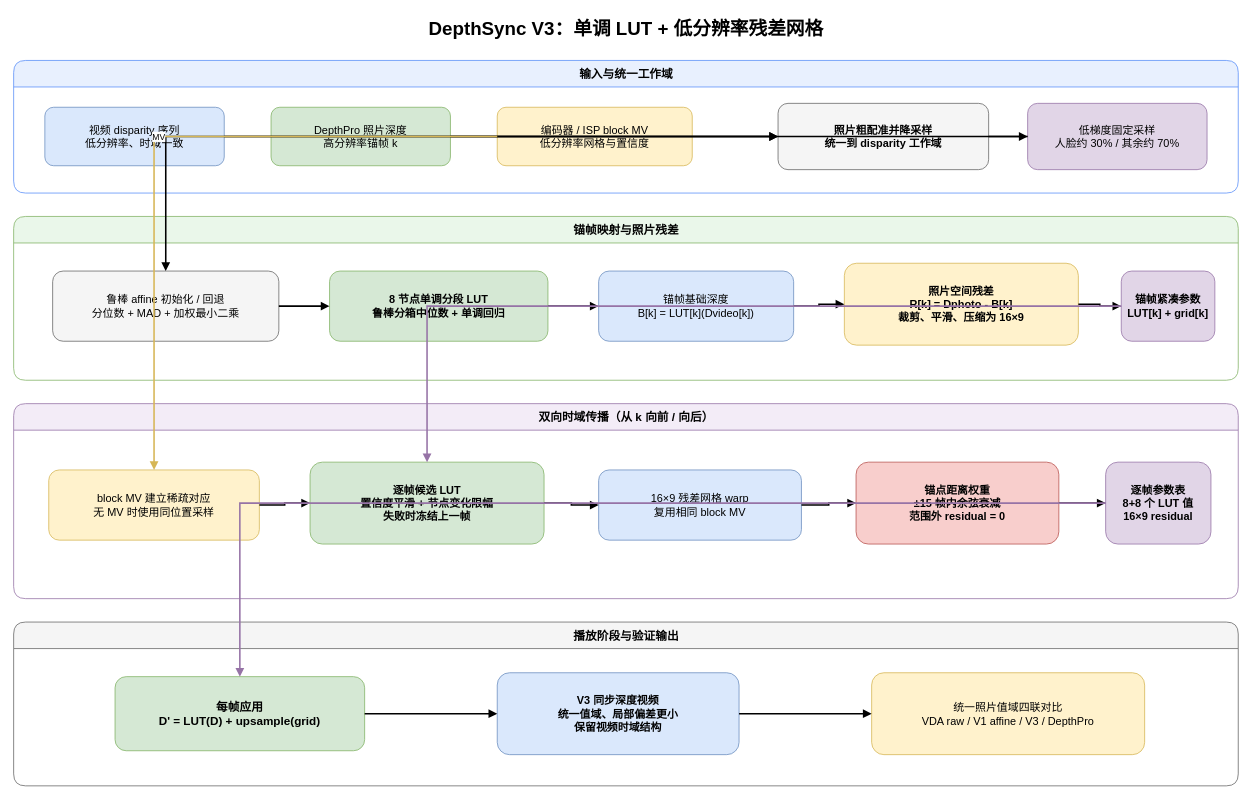
Above: docs/depthsync-flow.drawio in luckystone60/DepthSync (draw.io), before the change. Source tidied: cells renumbered, new cells numbered last; positions are measured from the earlier drawing's top-left corner, leaving out a move shared by most shapes. Both pictures are drawn from the tidied source at 78%, with x=0, y=0 at pixel (13, 13).
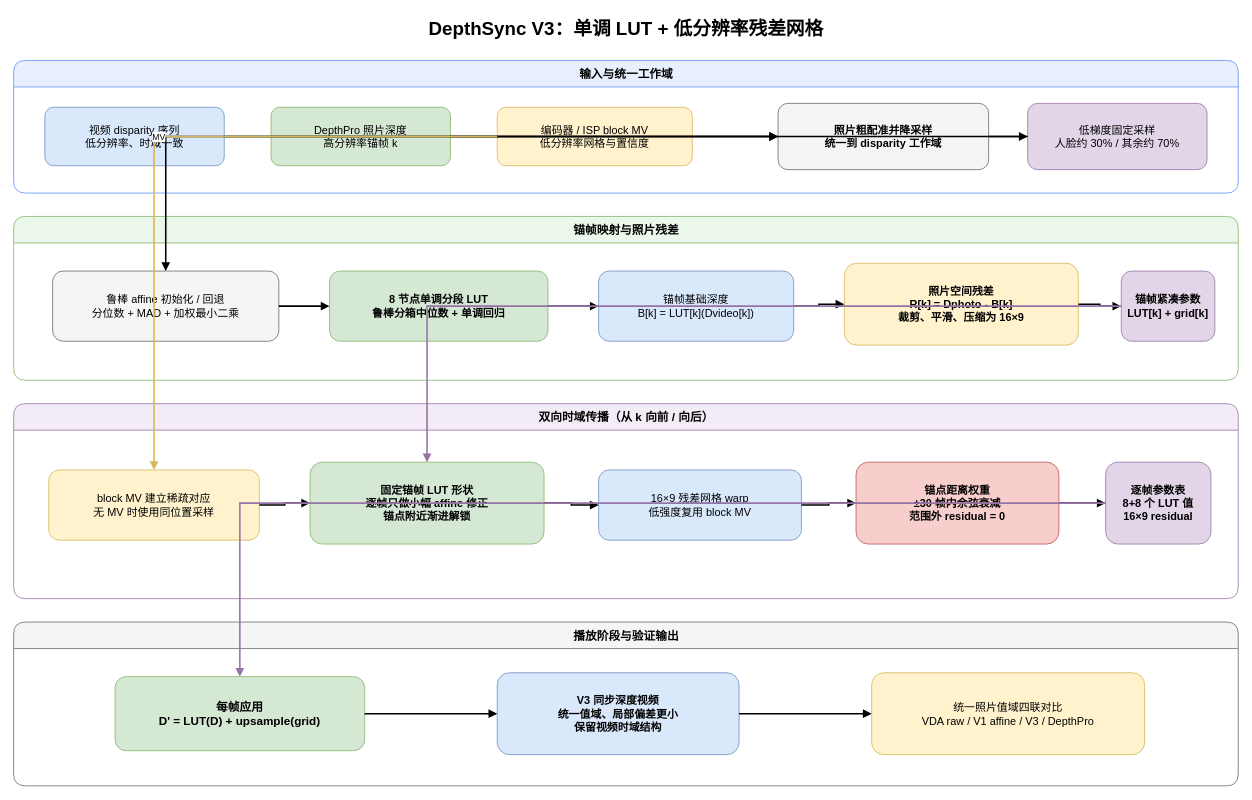
The same page after the edit.

Commit message (it also covers changes not shown here):
fix: stabilize LUT and residual propagation

The change refers to these unchanged cells:
```xml
<mxCell id="15" value="双向时域传播（从 k 向前 / 向后）" style="swimlane;html=1;startSize=34;rounded=1;fillColor=#F3ECF7;strokeColor=#9673A6;fontStyle=1;fontSize=15;" parent="1" vertex="1">
  <mxGeometry y="500" width="1570" height="250" as="geometry" />
</mxCell>
```

The edit, as a diff of the source:
```diff
@@
-    <mxCell id="17" value="逐帧候选 LUT&#10;置信度平滑 + 节点变化限幅&#10;失败时冻结上一帧" style="rounded=1;whiteSpace=wrap;html=1;fillColor=#D5E8D4;strokeColor=#82B366;fontSize=14;fontStyle=1;" parent="15" vertex="1">
+    <mxCell id="17" value="固定锚帧 LUT 形状&#10;逐帧只做小幅 affine 修正&#10;锚点附近渐进解锁" style="rounded=1;whiteSpace=wrap;html=1;fillColor=#D5E8D4;strokeColor=#82B366;fontSize=14;fontStyle=1;" parent="15" vertex="1">
       <mxGeometry x="380" y="75" width="300" height="105" as="geometry" />
     </mxCell>
-    <mxCell id="18" value="16×9 残差网格 warp&#10;复用相同 block MV" style="rounded=1;whiteSpace=wrap;html=1;fillColor=#DAE8FC;strokeColor=#6C8EBF;fontSize=14;" parent="15" vertex="1">
+    <mxCell id="18" value="16×9 残差网格 warp&#10;低强度复用 block MV" style="rounded=1;whiteSpace=wrap;html=1;fillColor=#DAE8FC;strokeColor=#6C8EBF;fontSize=14;" parent="15" vertex="1">
       <mxGeometry x="750" y="85" width="260" height="90" as="geometry" />
     </mxCell>
-    <mxCell id="19" value="锚点距离权重&#10;±15 帧内余弦衰减&#10;范围外 residual = 0" style="rounded=1;whiteSpace=wrap;html=1;fillColor=#F8CECC;strokeColor=#B85450;fontSize=14;fontStyle=1;" parent="15" vertex="1">
+    <mxCell id="19" value="锚点距离权重&#10;±30 帧内余弦衰减&#10;范围外 residual = 0" style="rounded=1;whiteSpace=wrap;html=1;fillColor=#F8CECC;strokeColor=#B85450;fontSize=14;fontStyle=1;" parent="15" vertex="1">
       <mxGeometry x="1080" y="75" width="260" height="105" as="geometry" />
     </mxCell>
```
